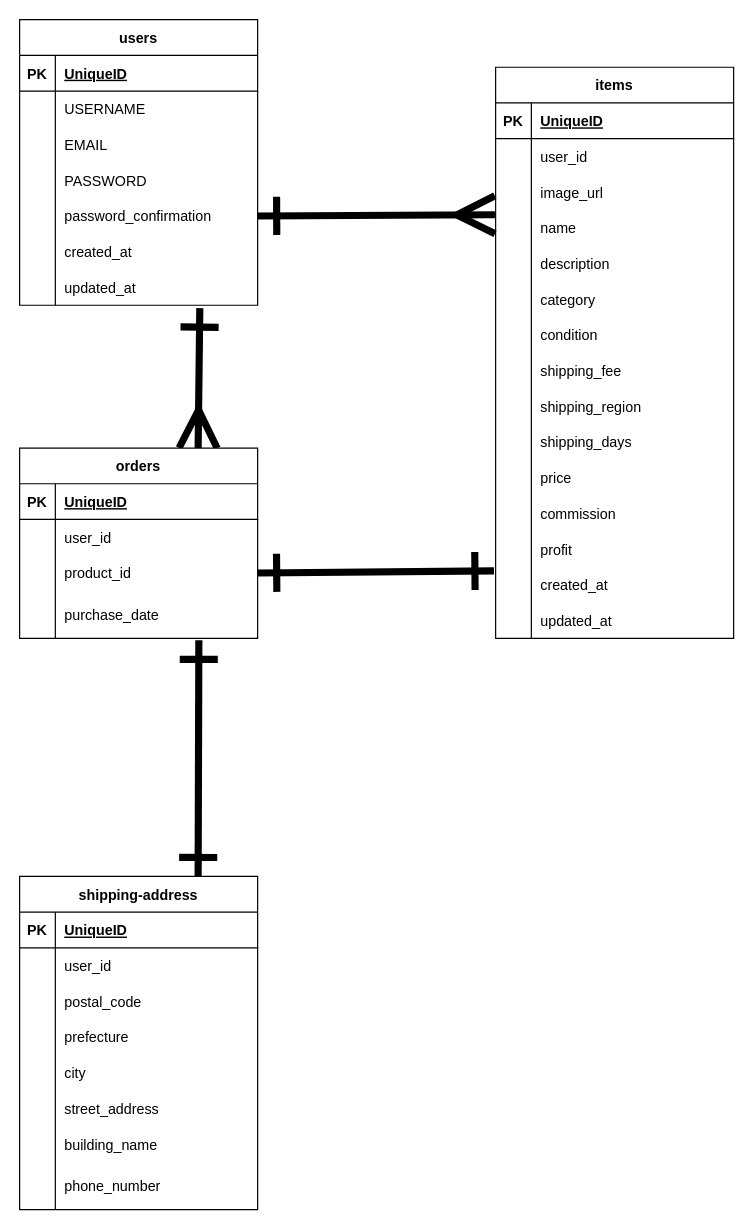
Above: furima.dio in morozoff0613/furima-39320 (draw.io), before the change. Source tidied: cells renumbered, new cells numbered last; positions are measured from the earlier drawing's top-left corner, leaving out a move shared by most shapes. Both pictures are drawn from the tidied source at 119%, with x=0, y=0 at pixel (19, 19).
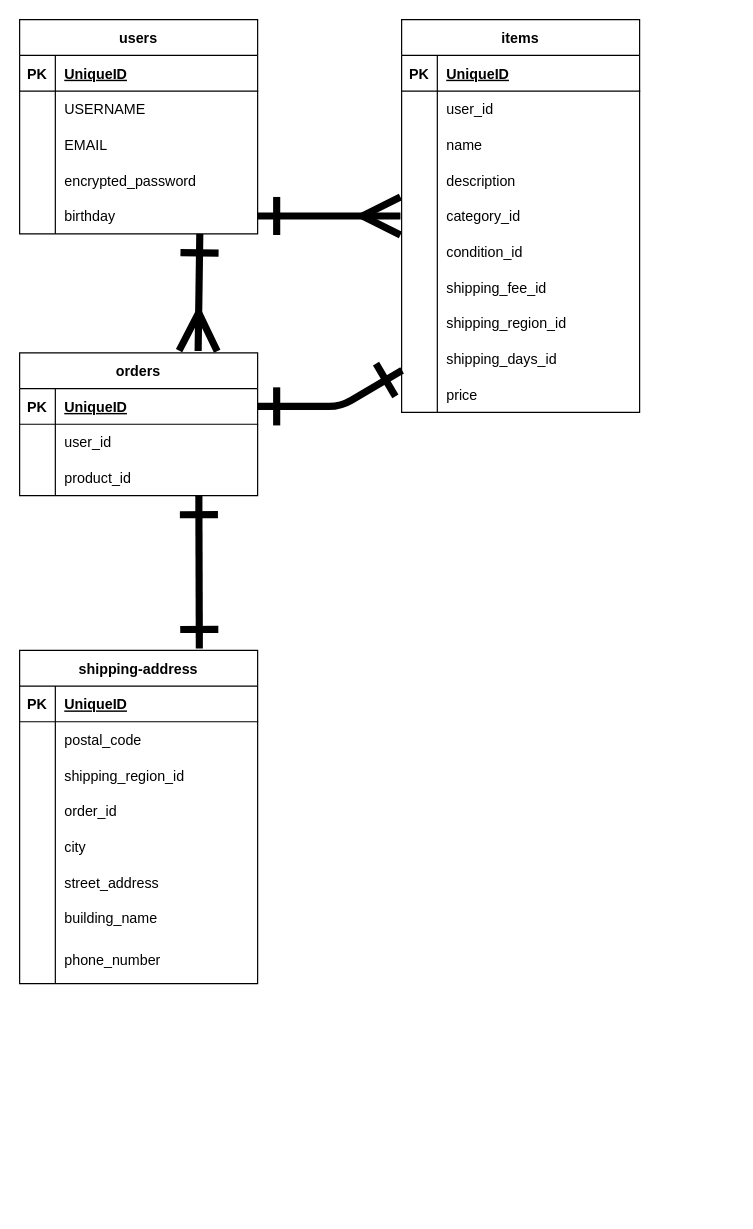
The same diagram, later.

Commit message (it also covers changes not shown here):
データベースの設計（修正1）

The change refers to these unchanged cells:
```xml
<mxCell id="30" style="shape=tableRow;horizontal=0;startSize=0;swimlaneHead=0;swimlaneBody=0;fillColor=none;points=[[0,0.5],[1,0.5]];portConstraint=eastwest;top=0;left=0;right=0;bottom=1;" parent="29" vertex="1">
  <mxGeometry y="30" width="200" height="30" as="geometry" />
</mxCell>
<mxCell id="36" style="shape=tableRow;horizontal=0;startSize=0;swimlaneHead=0;swimlaneBody=0;fillColor=none;points=[[0,0.5],[1,0.5]];portConstraint=eastwest;top=0;left=0;right=0;bottom=0;" parent="29" vertex="1">
  <mxGeometry y="90" width="200" height="30" as="geometry" />
</mxCell>
<mxCell id="98" style="shape=tableRow;horizontal=0;startSize=0;swimlaneHead=0;swimlaneBody=0;fillColor=none;top=0;left=0;right=0;bottom=0;" parent="88" vertex="1">
  <mxGeometry y="120" width="200" height="30" as="geometry" />
</mxCell>
<mxCell id="101" style="shape=tableRow;horizontal=0;startSize=0;swimlaneHead=0;swimlaneBody=0;fillColor=none;points=[[0,0.5],[1,0.5]];portConstraint=eastwest;top=0;left=0;right=0;bottom=0;" parent="88" vertex="1">
  <mxGeometry y="150" width="200" height="30" as="geometry" />
</mxCell>
```

Diff of the diagram source:
```diff
@@
-    <mxCell id="2" style="edgeStyle=none;rounded=1;html=1;exitX=0.75;exitY=0;exitDx=0;exitDy=0;entryX=0.753;entryY=1.04;entryDx=0;entryDy=0;entryPerimeter=0;strokeWidth=6;startArrow=ERone;startFill=0;endArrow=ERone;endFill=0;startSize=25;endSize=25;sourcePerimeterSpacing=25;targetPerimeterSpacing=25;" parent="1" edge="1" source="3" target="39">
-      <mxGeometry relative="1" as="geometry" />
+    <mxCell id="2" style="edgeStyle=none;rounded=1;html=1;entryX=0.753;entryY=1.04;entryDx=0;entryDy=0;entryPerimeter=0;strokeWidth=6;startArrow=ERone;startFill=0;endArrow=ERone;endFill=0;startSize=25;endSize=25;sourcePerimeterSpacing=25;targetPerimeterSpacing=25;" parent="1" edge="1">
+      <mxGeometry relative="1" as="geometry">
+        <mxPoint x="151" y="528.4" as="sourcePoint" />
+        <mxPoint x="150.6" y="400" as="targetPoint" />
+      </mxGeometry>
     </mxCell>
     <mxCell id="3" value="shipping-address" style="shape=table;startSize=30;childLayout=tableLayout;rowLines=0;fontStyle=1;align=center;" parent="1" vertex="1">
-      <mxGeometry y="720" width="200" height="280" as="geometry" />
+      <mxGeometry y="530" width="200" height="280" as="geometry" />
     </mxCell>
@@
-    <mxCell id="7" style="shape=tableRow;horizontal=0;startSize=0;swimlaneHead=0;swimlaneBody=0;fillColor=none;top=0;left=0;right=0;bottom=0;" parent="3" vertex="1">
-      <mxGeometry y="60" width="200" height="30" as="geometry" />
-    </mxCell>
-    <mxCell id="8" style="shape=partialRectangle;fillColor=none;top=0;left=0;bottom=0;right=0;overflow=hidden;" parent="7" vertex="1">
-      <mxGeometry width="30" height="30" as="geometry" />
-    </mxCell>
-    <mxCell id="9" value="user_id" style="shape=partialRectangle;fillColor=none;top=0;left=0;bottom=0;right=0;align=left;spacingLeft=6;overflow=hidden;" parent="7" vertex="1">
-      <mxGeometry x="30" width="170" height="30" as="geometry" />
-    </mxCell>
     <mxCell id="10" style="shape=tableRow;horizontal=0;startSize=0;swimlaneHead=0;swimlaneBody=0;fillColor=none;top=0;left=0;right=0;bottom=0;" parent="3" vertex="1">
-      <mxGeometry y="90" width="200" height="30" as="geometry" />
+      <mxGeometry y="60" width="200" height="30" as="geometry" />
     </mxCell>
@@
     <mxCell id="13" style="shape=tableRow;horizontal=0;startSize=0;swimlaneHead=0;swimlaneBody=0;fillColor=none;top=0;left=0;right=0;bottom=0;" parent="3" vertex="1">
-      <mxGeometry y="120" width="200" height="30" as="geometry" />
+      <mxGeometry y="90" width="200" height="30" as="geometry" />
     </mxCell>
@@
-    <mxCell id="15" value="prefecture" style="shape=partialRectangle;fillColor=none;top=0;left=0;bottom=0;right=0;align=left;spacingLeft=6;overflow=hidden;" parent="13" vertex="1">
+    <mxCell id="15" value="shipping_region_id" style="shape=partialRectangle;fillColor=none;top=0;left=0;bottom=0;right=0;align=left;spacingLeft=6;overflow=hidden;" parent="13" vertex="1">
       <mxGeometry x="30" width="170" height="30" as="geometry" />
     </mxCell>
     <mxCell id="16" style="shape=tableRow;horizontal=0;startSize=0;swimlaneHead=0;swimlaneBody=0;fillColor=none;top=0;left=0;right=0;bottom=0;" parent="3" vertex="1">
-      <mxGeometry y="150" width="200" height="30" as="geometry" />
+      <mxGeometry y="120" width="200" height="30" as="geometry" />
     </mxCell>
@@
-    <mxCell id="18" value="city" style="shape=partialRectangle;fillColor=none;top=0;left=0;bottom=0;right=0;align=left;spacingLeft=6;overflow=hidden;" parent="16" vertex="1">
+    <mxCell id="18" value="order_id" style="shape=partialRectangle;fillColor=none;top=0;left=0;bottom=0;right=0;align=left;spacingLeft=6;overflow=hidden;" parent="16" vertex="1">
       <mxGeometry x="30" width="170" height="30" as="geometry" />
     </mxCell>
     <mxCell id="19" style="shape=tableRow;horizontal=0;startSize=0;swimlaneHead=0;swimlaneBody=0;fillColor=none;top=0;left=0;right=0;bottom=0;" parent="3" vertex="1">
-      <mxGeometry y="180" width="200" height="30" as="geometry" />
+      <mxGeometry y="150" width="200" height="30" as="geometry" />
     </mxCell>
@@
-    <mxCell id="21" value="street_address" style="shape=partialRectangle;fillColor=none;top=0;left=0;bottom=0;right=0;align=left;spacingLeft=6;overflow=hidden;" parent="19" vertex="1">
+    <mxCell id="21" value="city" style="shape=partialRectangle;fillColor=none;top=0;left=0;bottom=0;right=0;align=left;spacingLeft=6;overflow=hidden;" parent="19" vertex="1">
       <mxGeometry x="30" width="170" height="30" as="geometry" />
     </mxCell>
+    <mxCell id="104" style="shape=tableRow;horizontal=0;startSize=0;swimlaneHead=0;swimlaneBody=0;fillColor=none;top=0;left=0;right=0;bottom=0;" parent="3" vertex="1">
+      <mxGeometry y="180" width="200" height="30" as="geometry" />
+    </mxCell>
+    <mxCell id="112" style="shape=partialRectangle;fillColor=none;top=0;left=0;bottom=0;right=0;overflow=hidden;" parent="104" vertex="1">
+      <mxGeometry width="30" height="30" as="geometry" />
+    </mxCell>
+    <mxCell id="113" value="street_address" style="shape=partialRectangle;fillColor=none;top=0;left=0;bottom=0;right=0;align=left;spacingLeft=6;overflow=hidden;" parent="104" vertex="1">
+      <mxGeometry x="30" width="170" height="30" as="geometry" />
+    </mxCell>
@@
-    <mxCell id="28" style="edgeStyle=none;rounded=1;html=1;exitX=0.75;exitY=0;exitDx=0;exitDy=0;entryX=0.757;entryY=1.08;entryDx=0;entryDy=0;entryPerimeter=0;strokeWidth=6;endArrow=ERone;endFill=0;startSize=25;endSize=25;targetPerimeterSpacing=25;startArrow=ERmany;startFill=0;sourcePerimeterSpacing=25;" parent="1" edge="1" source="29" target="107">
-      <mxGeometry relative="1" as="geometry" />
+    <mxCell id="28" style="edgeStyle=none;rounded=1;html=1;entryX=0.757;entryY=1.08;entryDx=0;entryDy=0;entryPerimeter=0;strokeWidth=6;endArrow=ERone;endFill=0;startSize=25;endSize=25;targetPerimeterSpacing=25;startArrow=ERmany;startFill=0;sourcePerimeterSpacing=25;" parent="1" edge="1">
+      <mxGeometry relative="1" as="geometry">
+        <mxPoint x="150" y="278.4" as="sourcePoint" />
+        <mxPoint x="151.4" y="180" as="targetPoint" />
+      </mxGeometry>
     </mxCell>
     <mxCell id="29" value="orders" style="shape=table;startSize=30;childLayout=tableLayout;rowLines=0;fontStyle=1;align=center;" parent="1" vertex="1">
-      <mxGeometry y="360" width="200" height="160" as="geometry" />
+      <mxGeometry y="280" width="200" height="120" as="geometry" />
     </mxCell>
@@
-    <mxCell id="39" style="shape=tableRow;horizontal=0;startSize=0;swimlaneHead=0;swimlaneBody=0;fillColor=none;points=[[0,0.5],[1,0.5]];portConstraint=eastwest;top=0;left=0;right=0;bottom=0;" parent="29" vertex="1">
-      <mxGeometry y="120" width="200" height="40" as="geometry" />
-    </mxCell>
-    <mxCell id="40" style="shape=partialRectangle;fillColor=none;top=0;left=0;bottom=0;right=0;overflow=hidden;" parent="39" vertex="1">
-      <mxGeometry width="30" height="40" as="geometry" />
-    </mxCell>
-    <mxCell id="41" value="purchase_date" style="shape=partialRectangle;fillColor=none;top=0;left=0;bottom=0;right=0;align=left;spacingLeft=6;overflow=hidden;" parent="39" vertex="1">
-      <mxGeometry x="30" width="170" height="40" as="geometry" />
-    </mxCell>
     <mxCell id="42" value="items" style="shape=table;startSize=30;childLayout=tableLayout;rowLines=0;fontStyle=1;align=center;" parent="1" vertex="1">
-      <mxGeometry x="400" y="40" width="200" height="480" as="geometry" />
+      <mxGeometry x="321" width="200" height="330" as="geometry" />
     </mxCell>
@@
-    <mxCell id="49" style="shape=tableRow;horizontal=0;startSize=0;swimlaneHead=0;swimlaneBody=0;fillColor=none;top=0;left=0;right=0;bottom=0;" parent="42" vertex="1">
-      <mxGeometry y="90" width="200" height="30" as="geometry" />
-    </mxCell>
-    <mxCell id="50" style="shape=partialRectangle;fillColor=none;top=0;left=0;bottom=0;right=0;overflow=hidden;" parent="49" vertex="1">
-      <mxGeometry width="30" height="30" as="geometry" />
-    </mxCell>
-    <mxCell id="51" value="image_url" style="shape=partialRectangle;fillColor=none;top=0;left=0;bottom=0;right=0;align=left;spacingLeft=6;overflow=hidden;" parent="49" vertex="1">
-      <mxGeometry x="30" width="170" height="30" as="geometry" />
-    </mxCell>
     <mxCell id="52" style="shape=tableRow;horizontal=0;startSize=0;swimlaneHead=0;swimlaneBody=0;fillColor=none;points=[[0,0.5],[1,0.5]];portConstraint=eastwest;top=0;left=0;right=0;bottom=0;" parent="42" vertex="1">
-      <mxGeometry y="120" width="200" height="30" as="geometry" />
+      <mxGeometry y="90" width="200" height="30" as="geometry" />
     </mxCell>
@@
     <mxCell id="55" style="shape=tableRow;horizontal=0;startSize=0;swimlaneHead=0;swimlaneBody=0;fillColor=none;top=0;left=0;right=0;bottom=0;" parent="42" vertex="1">
-      <mxGeometry y="150" width="200" height="30" as="geometry" />
+      <mxGeometry y="120" width="200" height="30" as="geometry" />
     </mxCell>
@@
     <mxCell id="58" style="shape=tableRow;horizontal=0;startSize=0;swimlaneHead=0;swimlaneBody=0;fillColor=none;top=0;left=0;right=0;bottom=0;" parent="42" vertex="1">
-      <mxGeometry y="180" width="200" height="30" as="geometry" />
+      <mxGeometry y="150" width="200" height="30" as="geometry" />
     </mxCell>
@@
-    <mxCell id="60" value="category" style="shape=partialRectangle;fillColor=none;top=0;left=0;bottom=0;right=0;align=left;spacingLeft=6;overflow=hidden;" parent="58" vertex="1">
+    <mxCell id="60" value="category_id" style="shape=partialRectangle;fillColor=none;top=0;left=0;bottom=0;right=0;align=left;spacingLeft=6;overflow=hidden;" parent="58" vertex="1">
       <mxGeometry x="30" width="170" height="30" as="geometry" />
     </mxCell>
     <mxCell id="61" style="shape=tableRow;horizontal=0;startSize=0;swimlaneHead=0;swimlaneBody=0;fillColor=none;top=0;left=0;right=0;bottom=0;" parent="42" vertex="1">
-      <mxGeometry y="210" width="200" height="30" as="geometry" />
+      <mxGeometry y="180" width="200" height="30" as="geometry" />
     </mxCell>
@@
-    <mxCell id="63" value="condition" style="shape=partialRectangle;fillColor=none;top=0;left=0;bottom=0;right=0;align=left;spacingLeft=6;overflow=hidden;" parent="61" vertex="1">
+    <mxCell id="63" value="condition_id" style="shape=partialRectangle;fillColor=none;top=0;left=0;bottom=0;right=0;align=left;spacingLeft=6;overflow=hidden;" parent="61" vertex="1">
       <mxGeometry x="30" width="170" height="30" as="geometry" />
     </mxCell>
     <mxCell id="64" style="shape=tableRow;horizontal=0;startSize=0;swimlaneHead=0;swimlaneBody=0;fillColor=none;top=0;left=0;right=0;bottom=0;" parent="42" vertex="1">
-      <mxGeometry y="240" width="200" height="30" as="geometry" />
+      <mxGeometry y="210" width="200" height="30" as="geometry" />
     </mxCell>
@@
-    <mxCell id="66" value="shipping_fee" style="shape=partialRectangle;fillColor=none;top=0;left=0;bottom=0;right=0;align=left;spacingLeft=6;overflow=hidden;" parent="64" vertex="1">
+    <mxCell id="66" value="shipping_fee_id" style="shape=partialRectangle;fillColor=none;top=0;left=0;bottom=0;right=0;align=left;spacingLeft=6;overflow=hidden;" parent="64" vertex="1">
       <mxGeometry x="30" width="170" height="30" as="geometry" />
     </mxCell>
     <mxCell id="67" style="shape=tableRow;horizontal=0;startSize=0;swimlaneHead=0;swimlaneBody=0;fillColor=none;top=0;left=0;right=0;bottom=0;" parent="42" vertex="1">
-      <mxGeometry y="270" width="200" height="30" as="geometry" />
+      <mxGeometry y="240" width="200" height="30" as="geometry" />
     </mxCell>
@@
-    <mxCell id="69" value="shipping_region" style="shape=partialRectangle;fillColor=none;top=0;left=0;bottom=0;right=0;align=left;spacingLeft=6;overflow=hidden;" parent="67" vertex="1">
+    <mxCell id="69" value="shipping_region_id" style="shape=partialRectangle;fillColor=none;top=0;left=0;bottom=0;right=0;align=left;spacingLeft=6;overflow=hidden;" parent="67" vertex="1">
       <mxGeometry x="30" width="170" height="30" as="geometry" />
     </mxCell>
     <mxCell id="70" style="shape=tableRow;horizontal=0;startSize=0;swimlaneHead=0;swimlaneBody=0;fillColor=none;points=[[0,0.5],[1,0.5]];portConstraint=eastwest;top=0;left=0;right=0;bottom=0;" parent="42" vertex="1">
-      <mxGeometry y="300" width="200" height="30" as="geometry" />
+      <mxGeometry y="270" width="200" height="30" as="geometry" />
     </mxCell>
@@
-    <mxCell id="72" value="shipping_days" style="shape=partialRectangle;fillColor=none;top=0;left=0;bottom=0;right=0;align=left;spacingLeft=6;overflow=hidden;" parent="70" vertex="1">
+    <mxCell id="72" value="shipping_days_id" style="shape=partialRectangle;fillColor=none;top=0;left=0;bottom=0;right=0;align=left;spacingLeft=6;overflow=hidden;" parent="70" vertex="1">
       <mxGeometry x="30" width="170" height="30" as="geometry" />
     </mxCell>
     <mxCell id="73" style="shape=tableRow;horizontal=0;startSize=0;swimlaneHead=0;swimlaneBody=0;fillColor=none;top=0;left=0;right=0;bottom=0;" parent="42" vertex="1">
-      <mxGeometry y="330" width="200" height="30" as="geometry" />
+      <mxGeometry y="300" width="200" height="30" as="geometry" />
     </mxCell>
@@
-    <mxCell id="76" style="shape=tableRow;horizontal=0;startSize=0;swimlaneHead=0;swimlaneBody=0;fillColor=none;top=0;left=0;right=0;bottom=0;" parent="42" vertex="1">
-      <mxGeometry y="360" width="200" height="30" as="geometry" />
-    </mxCell>
-    <mxCell id="77" style="shape=partialRectangle;fillColor=none;top=0;left=0;bottom=0;right=0;overflow=hidden;" parent="76" vertex="1">
-      <mxGeometry width="30" height="30" as="geometry" />
-    </mxCell>
-    <mxCell id="78" value="commission" style="shape=partialRectangle;fillColor=none;top=0;left=0;bottom=0;right=0;align=left;spacingLeft=6;overflow=hidden;" parent="76" vertex="1">
-      <mxGeometry x="30" width="170" height="30" as="geometry" />
-    </mxCell>
-    <mxCell id="79" style="shape=tableRow;horizontal=0;startSize=0;swimlaneHead=0;swimlaneBody=0;fillColor=none;top=0;left=0;right=0;bottom=0;" parent="42" vertex="1">
-      <mxGeometry y="390" width="200" height="30" as="geometry" />
-    </mxCell>
-    <mxCell id="80" style="shape=partialRectangle;fillColor=none;top=0;left=0;bottom=0;right=0;overflow=hidden;" parent="79" vertex="1">
-      <mxGeometry width="30" height="30" as="geometry" />
-    </mxCell>
-    <mxCell id="81" value="profit " style="shape=partialRectangle;fillColor=none;top=0;left=0;bottom=0;right=0;align=left;spacingLeft=6;overflow=hidden;" parent="79" vertex="1">
-      <mxGeometry x="30" width="170" height="30" as="geometry" />
-    </mxCell>
-    <mxCell id="82" style="shape=tableRow;horizontal=0;startSize=0;swimlaneHead=0;swimlaneBody=0;fillColor=none;points=[[0,0.5],[1,0.5]];portConstraint=eastwest;top=0;left=0;right=0;bottom=0;" parent="42" vertex="1">
-      <mxGeometry y="420" width="200" height="30" as="geometry" />
-    </mxCell>
-    <mxCell id="83" style="shape=partialRectangle;fillColor=none;top=0;left=0;bottom=0;right=0;overflow=hidden;" parent="82" vertex="1">
-      <mxGeometry width="30" height="30" as="geometry" />
-    </mxCell>
-    <mxCell id="84" value="created_at" style="shape=partialRectangle;fillColor=none;top=0;left=0;bottom=0;right=0;align=left;spacingLeft=6;overflow=hidden;" parent="82" vertex="1">
-      <mxGeometry x="30" width="170" height="30" as="geometry" />
-    </mxCell>
-    <mxCell id="85" style="shape=tableRow;horizontal=0;startSize=0;swimlaneHead=0;swimlaneBody=0;fillColor=none;top=0;left=0;right=0;bottom=0;" parent="42" vertex="1">
-      <mxGeometry y="450" width="200" height="30" as="geometry" />
-    </mxCell>
-    <mxCell id="86" style="shape=partialRectangle;fillColor=none;top=0;left=0;bottom=0;right=0;overflow=hidden;" parent="85" vertex="1">
-      <mxGeometry width="30" height="30" as="geometry" />
-    </mxCell>
-    <mxCell id="87" value="updated_at" style="shape=partialRectangle;fillColor=none;top=0;left=0;bottom=0;right=0;align=left;spacingLeft=6;overflow=hidden;" parent="85" vertex="1">
-      <mxGeometry x="30" width="170" height="30" as="geometry" />
-    </mxCell>
     <mxCell id="88" value="users" style="shape=table;startSize=30;childLayout=tableLayout;rowLines=0;fontStyle=1;align=center;" parent="1" vertex="1">
-      <mxGeometry width="200" height="240" as="geometry" />
+      <mxGeometry width="200" height="180" as="geometry" />
     </mxCell>
@@
-    <mxCell id="100" value="PASSWORD" style="shape=partialRectangle;fillColor=none;top=0;left=0;bottom=0;right=0;align=left;spacingLeft=6;overflow=hidden;" parent="98" vertex="1">
+    <mxCell id="100" value="encrypted_password" style="shape=partialRectangle;fillColor=none;top=0;left=0;bottom=0;right=0;align=left;spacingLeft=6;overflow=hidden;" parent="98" vertex="1">
       <mxGeometry x="30" width="170" height="30" as="geometry" />
     </mxCell>
@@
-    <mxCell id="103" value="password_confirmation" style="shape=partialRectangle;fillColor=none;top=0;left=0;bottom=0;right=0;align=left;spacingLeft=6;overflow=hidden;" parent="101" vertex="1">
+    <mxCell id="103" value="birthday" style="shape=partialRectangle;fillColor=none;top=0;left=0;bottom=0;right=0;align=left;spacingLeft=6;overflow=hidden;" parent="101" vertex="1">
       <mxGeometry x="30" width="170" height="30" as="geometry" />
     </mxCell>
-    <mxCell id="104" style="shape=tableRow;horizontal=0;startSize=0;swimlaneHead=0;swimlaneBody=0;fillColor=none;top=0;left=0;right=0;bottom=0;" parent="88" vertex="1">
-      <mxGeometry y="180" width="200" height="30" as="geometry" />
-    </mxCell>
-    <mxCell id="105" style="shape=partialRectangle;fillColor=none;top=0;left=0;bottom=0;right=0;overflow=hidden;" parent="104" vertex="1">
-      <mxGeometry width="30" height="30" as="geometry" />
-    </mxCell>
-    <mxCell id="106" value="created_at" style="shape=partialRectangle;fillColor=none;top=0;left=0;bottom=0;right=0;align=left;spacingLeft=6;overflow=hidden;" parent="104" vertex="1">
-      <mxGeometry x="30" width="170" height="30" as="geometry" />
-    </mxCell>
-    <mxCell id="107" style="shape=tableRow;horizontal=0;startSize=0;swimlaneHead=0;swimlaneBody=0;fillColor=none;points=[[0,0.5],[1,0.5]];portConstraint=eastwest;top=0;left=0;right=0;bottom=0;" parent="88" vertex="1">
-      <mxGeometry y="210" width="200" height="30" as="geometry" />
-    </mxCell>
-    <mxCell id="108" style="shape=partialRectangle;fillColor=none;top=0;left=0;bottom=0;right=0;overflow=hidden;" parent="107" vertex="1">
-      <mxGeometry width="30" height="30" as="geometry" />
-    </mxCell>
-    <mxCell id="109" value="updated_at" style="shape=partialRectangle;fillColor=none;top=0;left=0;bottom=0;right=0;align=left;spacingLeft=6;overflow=hidden;" parent="107" vertex="1">
-      <mxGeometry x="30" width="170" height="30" as="geometry" />
-    </mxCell>
-    <mxCell id="110" style="edgeStyle=none;html=1;exitX=1;exitY=0.5;exitDx=0;exitDy=0;endArrow=ERmany;endFill=0;startSize=25;strokeWidth=6;targetPerimeterSpacing=25;endSize=25;entryX=-0.003;entryY=0.133;entryDx=0;entryDy=0;entryPerimeter=0;rounded=1;startArrow=ERone;startFill=0;" parent="1" edge="1" source="101" target="52">
-      <mxGeometry relative="1" as="geometry" />
+    <mxCell id="110" style="edgeStyle=none;html=1;exitX=1;exitY=0.5;exitDx=0;exitDy=0;endArrow=ERmany;endFill=0;startSize=25;strokeWidth=6;targetPerimeterSpacing=25;endSize=25;rounded=1;startArrow=ERone;startFill=0;" parent="1" edge="1" source="101">
+      <mxGeometry relative="1" as="geometry">
+        <mxPoint x="320" y="165" as="targetPoint" />
+      </mxGeometry>
     </mxCell>
-    <mxCell id="111" style="edgeStyle=none;rounded=1;html=1;exitX=1;exitY=0.5;exitDx=0;exitDy=0;entryX=-0.007;entryY=0.107;entryDx=0;entryDy=0;entryPerimeter=0;strokeWidth=6;startArrow=ERone;startFill=0;endArrow=ERone;endFill=0;startSize=25;endSize=25;sourcePerimeterSpacing=25;targetPerimeterSpacing=25;" parent="1" edge="1" source="36" target="82">
-      <mxGeometry relative="1" as="geometry" />
+    <mxCell id="111" style="edgeStyle=none;rounded=1;html=1;entryX=0.002;entryY=0.824;entryDx=0;entryDy=0;strokeWidth=6;startArrow=ERone;startFill=0;endArrow=ERone;endFill=0;startSize=25;endSize=25;sourcePerimeterSpacing=25;targetPerimeterSpacing=25;exitX=1;exitY=0.5;exitDx=0;exitDy=0;entryPerimeter=0;" parent="1" edge="1" source="30" target="70">
+      <mxGeometry relative="1" as="geometry">
+        <Array as="points">
+          <mxPoint x="270" y="325" />
+        </Array>
+      </mxGeometry>
     </mxCell>
```
